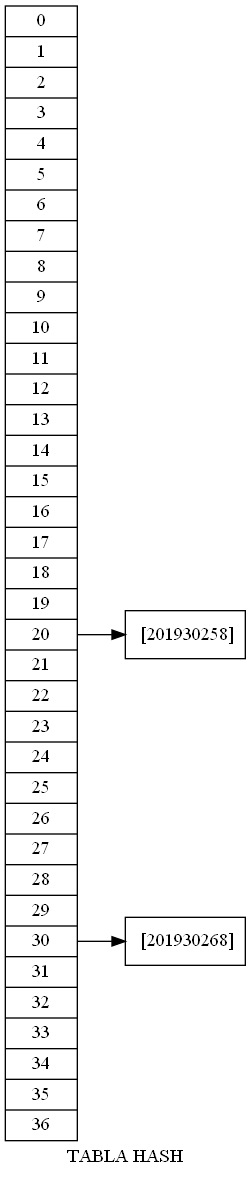
This is AsignacionCursos/TablaHash.png from Potzmevi/ProyectoFinalEDD, a Graphviz export, as it was before one commit. Its source is kept beside it as AsignacionCursos/TablaHash.dot. The source it was exported from:
```dot
digraph G {
 rankdir="LR";
node [shape=record];struct1 [label="<0> 0|<1> 1|<2> 2|<3> 3|<4> 4|<5> 5|<6> 6|<7> 7|<8> 8|<9> 9|<10> 10|<11> 11|<12> 12|<13> 13|<14> 14|<15> 15|<16> 16|<17> 17|<18> 18|<19> 19|<20> 20|<21> 21|<22> 22|<23> 23|<24> 24|<25> 25|<26> 26|<27> 27|<28> 28|<29> 29|<30> 30|<31> 31|<32> 32|<33> 33|<34> 34|<35> 35|<36> 36"];
struct1:20->" [201930258]";
struct1:30->" [201930268]";
label = " TABLA HASH ";
}
```
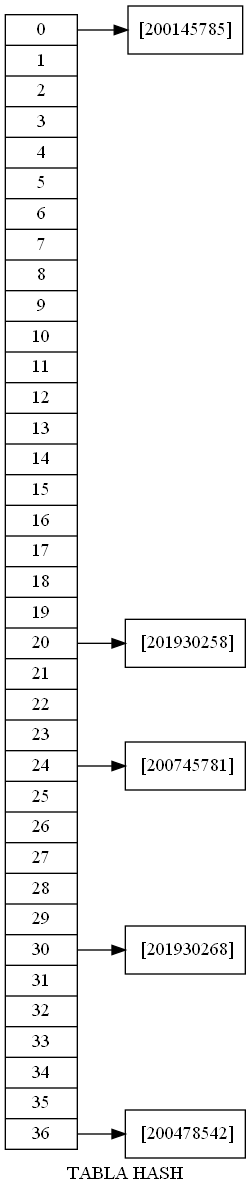
Later version of the same file.

Diff of the diagram source:
```diff
@@ -1,7 +1,10 @@
 digraph G {
  rankdir="LR";
 node [shape=record];struct1 [label="<0> 0|<1> 1|<2> 2|<3> 3|<4> 4|<5> 5|<6> 6|<7> 7|<8> 8|<9> 9|<10> 10|<11> 11|<12> 12|<13> 13|<14> 14|<15> 15|<16> 16|<17> 17|<18> 18|<19> 19|<20> 20|<21> 21|<22> 22|<23> 23|<24> 24|<25> 25|<26> 26|<27> 27|<28> 28|<29> 29|<30> 30|<31> 31|<32> 32|<33> 33|<34> 34|<35> 35|<36> 36"];
+struct1:0->"[200145785]";
 struct1:20->" [201930258]";
+struct1:24->" [200745781]";
 struct1:30->" [201930268]";
+struct1:36->" [200478542]";
 label = " TABLA HASH ";
 }
```
